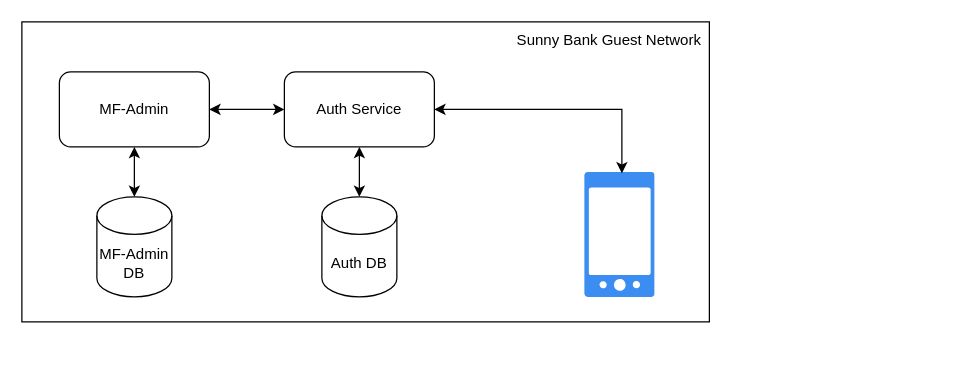
Above: EnkoreSmartArch.drawio in kevin3747118/ALZK (draw.io), before the change. Source tidied: cells renumbered, new cells numbered last; positions are measured from the earlier drawing's top-left corner, leaving out a move shared by most shapes. Both pictures are drawn from the tidied source at 125%, with x=0, y=0 at pixel (21, 21).
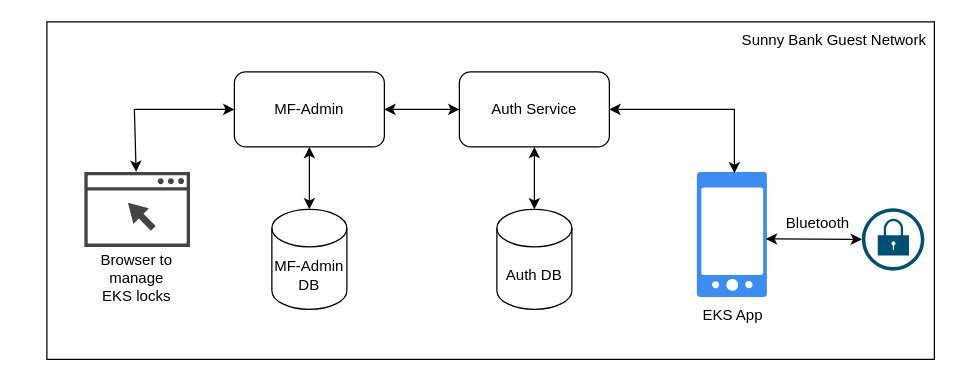
The same page after the edit.

Diff of the diagram source:
```diff
@@
     <mxCell id="2" style="rounded=0;whiteSpace=wrap;html=1;" parent="1" vertex="1">
-      <mxGeometry width="550" height="240" as="geometry" />
+      <mxGeometry x="20" width="710" height="270" as="geometry" />
     </mxCell>
     <mxCell id="3" value="Sunny Bank Guest Network" style="text;html=1;align=center;verticalAlign=middle;whiteSpace=wrap;rounded=0;" parent="1" vertex="1">
-      <mxGeometry x="390" width="160" height="30" as="geometry" />
+      <mxGeometry x="570" width="160" height="30" as="geometry" />
     </mxCell>
     <mxCell id="4" value="MF-Admin" style="rounded=1;whiteSpace=wrap;html=1;" parent="1" vertex="1">
-      <mxGeometry x="30" y="40" width="120" height="60" as="geometry" />
+      <mxGeometry x="170" y="40" width="120" height="60" as="geometry" />
     </mxCell>
     <mxCell id="5" value="Auth Service" style="rounded=1;whiteSpace=wrap;html=1;" parent="1" vertex="1">
-      <mxGeometry x="210" y="40" width="120" height="60" as="geometry" />
+      <mxGeometry x="350" y="40" width="120" height="60" as="geometry" />
     </mxCell>
     <mxCell id="6" value="MF-Admin DB" style="shape=cylinder3;whiteSpace=wrap;html=1;boundedLbl=1;backgroundOutline=1;size=15;" parent="1" vertex="1">
-      <mxGeometry x="60" y="140" width="60" height="80" as="geometry" />
+      <mxGeometry x="200" y="150" width="60" height="80" as="geometry" />
     </mxCell>
     <mxCell id="7" value="Auth DB" style="shape=cylinder3;whiteSpace=wrap;html=1;boundedLbl=1;backgroundOutline=1;size=15;" parent="1" vertex="1">
-      <mxGeometry x="240" y="140" width="60" height="80" as="geometry" />
+      <mxGeometry x="380" y="150" width="60" height="80" as="geometry" />
     </mxCell>
@@
     <mxCell id="11" style="sketch=0;html=1;strokeColor=none;shadow=0;fillColor=#3B8DF1;verticalAlign=top;labelPosition=center;verticalLabelPosition=bottom;shape=mxgraph.gcp2.phone_android;" parent="1" vertex="1">
-      <mxGeometry x="450" y="120" width="56" height="100" as="geometry" />
+      <mxGeometry x="540" y="120" width="56" height="100" as="geometry" />
     </mxCell>
     <mxCell id="12" style="endArrow=classic;startArrow=classic;html=1;rounded=0;entryX=0.536;entryY=0.012;entryDx=0;entryDy=0;entryPerimeter=0;" parent="1" edge="1" target="11">
       <mxGeometry relative="1" as="geometry">
-        <mxPoint x="330" y="70" as="sourcePoint" />
+        <mxPoint x="470" y="70" as="sourcePoint" />
         <Array as="points">
-          <mxPoint x="480" y="70" />
+          <mxPoint x="570" y="70" />
         </Array>
       </mxGeometry>
     </mxCell>
+    <mxCell id="13" style="sketch=0;shadow=0;dashed=0;html=1;strokeColor=none;fillColor=#434445;labelPosition=center;verticalLabelPosition=bottom;verticalAlign=top;align=center;outlineConnect=0;shape=mxgraph.vvd.web_browser;" parent="1" vertex="1">
+      <mxGeometry x="50" y="120" width="84.5" height="60" as="geometry" />
+    </mxCell>
+    <mxCell id="14" style="endArrow=classic;startArrow=classic;html=1;rounded=0;exitX=0;exitY=0.5;exitDx=0;exitDy=0;" parent="1" edge="1" source="4" target="13">
+      <mxGeometry relative="1" as="geometry">
+        <Array as="points">
+          <mxPoint x="90" y="70" />
+        </Array>
+      </mxGeometry>
+    </mxCell>
+    <mxCell id="15" value="Browser to manage EKS locks" style="text;html=1;align=center;verticalAlign=middle;whiteSpace=wrap;rounded=0;" parent="1" vertex="1">
+      <mxGeometry x="62.2" y="185" width="60" height="40" as="geometry" />
+    </mxCell>
+    <mxCell id="16" value="EKS App" style="text;html=1;align=center;verticalAlign=middle;whiteSpace=wrap;rounded=0;" parent="1" vertex="1">
+      <mxGeometry x="534" y="225" width="70" height="20" as="geometry" />
+    </mxCell>
+    <mxCell id="17" style="sketch=0;points=[[0.5,0,0],[1,0.5,0],[0.5,1,0],[0,0.5,0],[0.145,0.145,0],[0.8555,0.145,0],[0.855,0.8555,0],[0.145,0.855,0]];verticalLabelPosition=bottom;html=1;verticalAlign=top;align=center;shape=mxgraph.cisco19.lock;fillColor=#005073;strokeColor=none;" parent="1" vertex="1">
+      <mxGeometry x="672" y="149" width="50" height="50" as="geometry" />
+    </mxCell>
+    <mxCell id="18" style="endArrow=classic;startArrow=classic;html=1;rounded=0;exitX=0.986;exitY=0.536;exitDx=0;exitDy=0;exitPerimeter=0;entryX=0;entryY=0.5;entryDx=0;entryDy=0;entryPerimeter=0;" parent="1" edge="1" source="11" target="17">
+      <mxGeometry relative="1" as="geometry" />
+    </mxCell>
+    <mxCell id="19" value="Bluetooth" style="text;html=1;align=center;verticalAlign=middle;whiteSpace=wrap;rounded=0;" parent="1" vertex="1">
+      <mxGeometry x="604" y="148" width="66" height="25" as="geometry" />
+    </mxCell>
```
